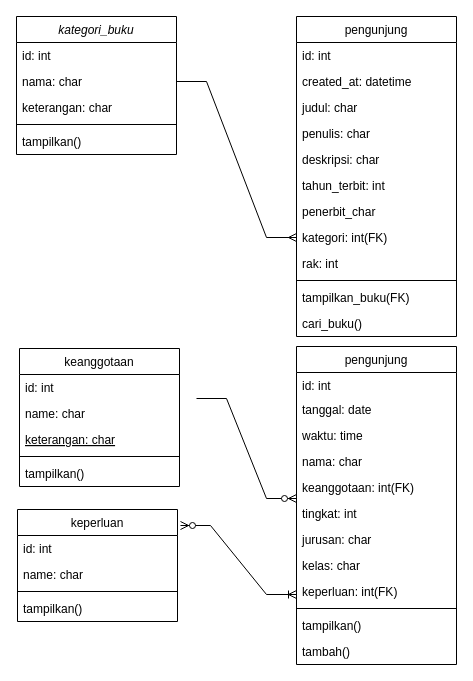
The draw.io diagram kelasdiagram.drawio in HusniHadiyani/jobsheet, before the edit. Source tidied: cells renumbered, new cells numbered last; positions are measured from the earlier drawing's top-left corner, leaving out a move shared by most shapes. Both pictures are drawn from the tidied source at 100%, with x=0, y=0 at pixel (16, 16).
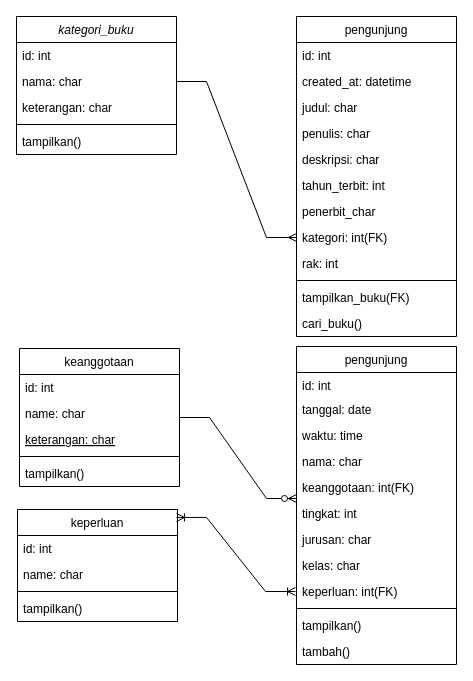
The same page after the edit.

The change refers to these unchanged cells:
```xml
<mxCell id="8" value="keanggotaan" style="swimlane;fontStyle=0;align=center;verticalAlign=top;horizontal=1;startSize=26;rounded=0;shadow=0;strokeWidth=1;" parent="1" vertex="1">
  <mxGeometry x="3" y="332" width="160" height="138" as="geometry" />
</mxCell>
<mxCell id="40" value="keperluan" style="swimlane;fontStyle=0;align=center;verticalAlign=top;horizontal=1;startSize=26;rounded=0;shadow=0;strokeWidth=1;" parent="1" vertex="1">
  <mxGeometry x="1" y="493" width="160" height="112" as="geometry" />
</mxCell>
```

The edit, as a diff of the source:
```diff
@@
-    <mxCell id="46" style="edgeStyle=entityRelationEdgeStyle;fontSize=12;html=1;endArrow=ERzeroToMany;endFill=1;rounded=0;" parent="1" edge="1">
+    <mxCell id="46" style="edgeStyle=entityRelationEdgeStyle;fontSize=12;html=1;endArrow=ERzeroToMany;endFill=1;rounded=0;" parent="1" edge="1" source="8">
       <mxGeometry relative="1" as="geometry">
-        <mxPoint x="180" y="382" as="sourcePoint" />
         <mxPoint x="280" y="482" as="targetPoint" />
         <Array as="points">
+          <mxPoint x="150" y="384" />
           <mxPoint x="200" y="402" />
           <mxPoint x="210" y="472" />
           <mxPoint x="270" y="429" />
           <mxPoint x="260" y="462" />
           <mxPoint x="260" y="412" />
         </Array>
       </mxGeometry>
     </mxCell>
-    <mxCell id="47" style="edgeStyle=entityRelationEdgeStyle;fontSize=12;html=1;endArrow=ERoneToMany;startArrow=ERzeroToMany;rounded=0;exitX=1.025;exitY=0.098;exitDx=0;exitDy=0;exitPerimeter=0;" parent="1" edge="1">
-      <mxGeometry relative="1" as="geometry">
-        <mxPoint x="164" y="509" as="sourcePoint" />
-        <mxPoint x="280" y="578" as="targetPoint" />
-        <Array as="points">
-          <mxPoint x="230" y="638" />
-        </Array>
-      </mxGeometry>
-    </mxCell>
+    <mxCell id="48" style="edgeStyle=entityRelationEdgeStyle;fontSize=12;html=1;endArrow=ERoneToMany;startArrow=ERoneToMany;rounded=0;exitX=0.994;exitY=0.071;exitDx=0;exitDy=0;exitPerimeter=0;" parent="1" edge="1" source="40">
+      <mxGeometry relative="1" as="geometry">
+        <mxPoint x="279" y="575" as="targetPoint" />
+      </mxGeometry>
+    </mxCell>
```
